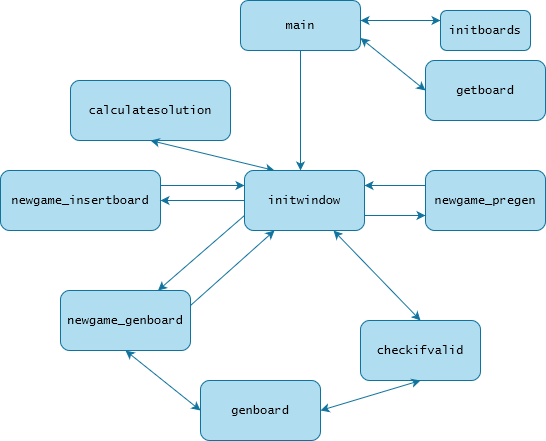
This is notes and sketches/documentation/slitherlink.drawio.png from odbv/Slitherlink-Termtud, a draw.io export, as it was before one commit. Source tidied: cells renumbered, new cells last; positions are measured from the earlier drawing's top-left corner, leaving out a move shared by most shapes.
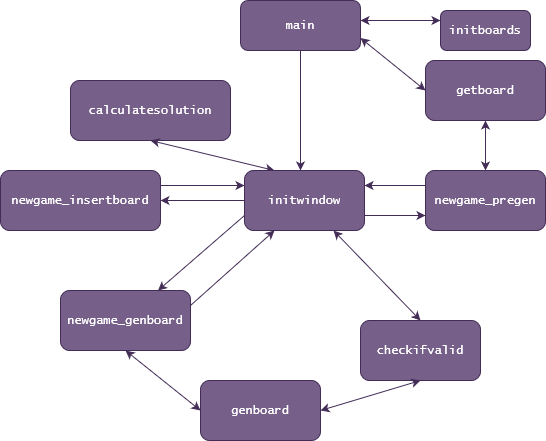
After the commit.

Diff of the diagram source:
```diff
@@ -2,84 +2,87 @@
   <root>
     <mxCell id="0" />
     <mxCell id="1" parent="0" />
-    <mxCell id="2" value="main" style="rounded=1;whiteSpace=wrap;html=1;fontSize=12;glass=0;strokeWidth=1;shadow=0;fillColor=#b1ddf0;strokeColor=#10739e;fontFamily=Lucida Console;" parent="1" vertex="1">
+    <mxCell id="2" value="main" style="rounded=1;whiteSpace=wrap;html=1;fontSize=12;glass=0;strokeWidth=1;shadow=0;fillColor=#76608a;strokeColor=#432D57;fontFamily=Lucida Console;fontColor=#ffffff;" parent="1" vertex="1">
       <mxGeometry x="240" width="120" height="50" as="geometry" />
     </mxCell>
-    <mxCell id="3" style="endArrow=classic;startArrow=classic;html=1;rounded=0;fillColor=#b1ddf0;strokeColor=#10739e;fontFamily=Lucida Console;" parent="1" edge="1">
+    <mxCell id="3" style="endArrow=classic;startArrow=classic;html=1;rounded=0;fillColor=#76608a;strokeColor=#432D57;fontFamily=Lucida Console;" parent="1" edge="1">
       <mxGeometry relative="1" as="geometry">
         <mxPoint x="360" y="20" as="sourcePoint" />
         <mxPoint x="440" y="20" as="targetPoint" />
       </mxGeometry>
     </mxCell>
-    <mxCell id="4" value="initboards" style="rounded=1;whiteSpace=wrap;html=1;fillColor=#b1ddf0;strokeColor=#10739e;fontFamily=Lucida Console;" parent="1" vertex="1">
+    <mxCell id="4" value="initboards" style="rounded=1;whiteSpace=wrap;html=1;fillColor=#76608a;strokeColor=#432D57;fontFamily=Lucida Console;fontColor=#ffffff;" parent="1" vertex="1">
       <mxGeometry x="440" y="10" width="90" height="40" as="geometry" />
     </mxCell>
-    <mxCell id="5" style="endArrow=classic;startArrow=classic;html=1;rounded=0;exitX=1;exitY=0.75;exitDx=0;exitDy=0;entryX=0;entryY=0.5;entryDx=0;entryDy=0;fillColor=#b1ddf0;strokeColor=#10739e;fontFamily=Lucida Console;" parent="1" edge="1" source="2" target="6">
+    <mxCell id="5" style="endArrow=classic;startArrow=classic;html=1;rounded=0;exitX=1;exitY=0.75;exitDx=0;exitDy=0;entryX=0;entryY=0.5;entryDx=0;entryDy=0;fillColor=#76608a;strokeColor=#432D57;fontFamily=Lucida Console;" parent="1" edge="1" source="2" target="6">
       <mxGeometry relative="1" as="geometry" />
     </mxCell>
-    <mxCell id="6" value="getboard" style="rounded=1;whiteSpace=wrap;html=1;fillColor=#b1ddf0;strokeColor=#10739e;fontFamily=Lucida Console;" parent="1" vertex="1">
+    <mxCell id="6" value="getboard" style="rounded=1;whiteSpace=wrap;html=1;fillColor=#76608a;strokeColor=#432D57;fontFamily=Lucida Console;fontColor=#ffffff;" parent="1" vertex="1">
       <mxGeometry x="425" y="60" width="120" height="60" as="geometry" />
     </mxCell>
-    <mxCell id="7" style="endArrow=classic;html=1;rounded=0;exitX=0.5;exitY=1;exitDx=0;exitDy=0;fillColor=#b1ddf0;strokeColor=#10739e;fontFamily=Lucida Console;" parent="1" edge="1" source="2">
+    <mxCell id="7" style="endArrow=classic;html=1;rounded=0;exitX=0.5;exitY=1;exitDx=0;exitDy=0;fillColor=#76608a;strokeColor=#432D57;fontFamily=Lucida Console;" parent="1" edge="1" source="2">
       <mxGeometry relative="1" as="geometry">
         <mxPoint x="300" y="170" as="targetPoint" />
       </mxGeometry>
     </mxCell>
-    <mxCell id="8" style="endArrow=classic;startArrow=classic;html=1;rounded=0;exitX=0.5;exitY=0;exitDx=0;exitDy=0;fillColor=#b1ddf0;strokeColor=#10739e;fontFamily=Lucida Console;" parent="1" edge="1" source="25">
+    <mxCell id="8" style="endArrow=classic;startArrow=classic;html=1;rounded=0;exitX=0.5;exitY=0;exitDx=0;exitDy=0;fillColor=#76608a;strokeColor=#432D57;fontFamily=Lucida Console;" parent="1" edge="1" source="25">
       <mxGeometry relative="1" as="geometry">
         <mxPoint x="299" y="230" as="targetPoint" />
       </mxGeometry>
     </mxCell>
-    <mxCell id="9" value="checkifvalid" style="rounded=1;whiteSpace=wrap;html=1;fillColor=#b1ddf0;strokeColor=#10739e;fontFamily=Lucida Console;" parent="1" vertex="1">
+    <mxCell id="9" value="checkifvalid" style="rounded=1;whiteSpace=wrap;html=1;fillColor=#76608a;strokeColor=#432D57;fontFamily=Lucida Console;fontColor=#ffffff;" parent="1" vertex="1">
       <mxGeometry x="360" y="320" width="120" height="60" as="geometry" />
     </mxCell>
-    <mxCell id="10" value="newgame_pregen" style="rounded=1;whiteSpace=wrap;html=1;fillColor=#b1ddf0;strokeColor=#10739e;fontFamily=Lucida Console;" parent="1" vertex="1">
+    <mxCell id="10" value="newgame_pregen" style="rounded=1;whiteSpace=wrap;html=1;fillColor=#76608a;strokeColor=#432D57;fontFamily=Lucida Console;fontColor=#ffffff;" parent="1" vertex="1">
       <mxGeometry x="425" y="170" width="120" height="60" as="geometry" />
     </mxCell>
-    <mxCell id="11" value="newgame_insertboard" style="rounded=1;whiteSpace=wrap;html=1;fillColor=#b1ddf0;strokeColor=#10739e;fontFamily=Lucida Console;" parent="1" vertex="1">
+    <mxCell id="11" value="newgame_insertboard" style="rounded=1;whiteSpace=wrap;html=1;fillColor=#76608a;strokeColor=#432D57;fontFamily=Lucida Console;fontColor=#ffffff;" parent="1" vertex="1">
       <mxGeometry y="170" width="160" height="60" as="geometry" />
     </mxCell>
-    <mxCell id="12" value="newgame_genboard" style="rounded=1;whiteSpace=wrap;html=1;fillColor=#b1ddf0;strokeColor=#10739e;fontFamily=Lucida Console;" parent="1" vertex="1">
+    <mxCell id="12" value="newgame_genboard" style="rounded=1;whiteSpace=wrap;html=1;fillColor=#76608a;strokeColor=#432D57;fontFamily=Lucida Console;fontColor=#ffffff;" parent="1" vertex="1">
       <mxGeometry x="60" y="290" width="130" height="60" as="geometry" />
     </mxCell>
-    <mxCell id="13" value="genboard" style="rounded=1;whiteSpace=wrap;html=1;fillColor=#b1ddf0;strokeColor=#10739e;fontFamily=Lucida Console;" parent="1" vertex="1">
+    <mxCell id="13" value="genboard" style="rounded=1;whiteSpace=wrap;html=1;fillColor=#76608a;strokeColor=#432D57;fontFamily=Lucida Console;fontColor=#ffffff;" parent="1" vertex="1">
       <mxGeometry x="200" y="380" width="120" height="60" as="geometry" />
     </mxCell>
-    <mxCell id="14" value="calculatesolution" style="rounded=1;whiteSpace=wrap;html=1;fillColor=#b1ddf0;strokeColor=#10739e;fontFamily=Lucida Console;" parent="1" vertex="1">
+    <mxCell id="14" value="calculatesolution" style="rounded=1;whiteSpace=wrap;html=1;fillColor=#76608a;strokeColor=#432D57;fontFamily=Lucida Console;fontColor=#ffffff;" parent="1" vertex="1">
       <mxGeometry x="70" y="80" width="160" height="60" as="geometry" />
     </mxCell>
-    <mxCell id="15" style="endArrow=classic;startArrow=classic;html=1;rounded=0;entryX=0.5;entryY=1;entryDx=0;entryDy=0;fillColor=#b1ddf0;strokeColor=#10739e;exitX=1;exitY=0.5;exitDx=0;exitDy=0;fontFamily=Lucida Console;" parent="1" edge="1" source="13" target="9">
+    <mxCell id="15" style="endArrow=classic;startArrow=classic;html=1;rounded=0;entryX=0.5;entryY=1;entryDx=0;entryDy=0;fillColor=#76608a;strokeColor=#432D57;exitX=1;exitY=0.5;exitDx=0;exitDy=0;fontFamily=Lucida Console;" parent="1" edge="1" source="13" target="9">
       <mxGeometry relative="1" as="geometry" />
     </mxCell>
-    <mxCell id="16" style="endArrow=classic;startArrow=classic;html=1;rounded=0;exitX=0;exitY=0.5;exitDx=0;exitDy=0;entryX=0.5;entryY=1;entryDx=0;entryDy=0;fillColor=#b1ddf0;strokeColor=#10739e;fontFamily=Lucida Console;fontSize=11;" parent="1" edge="1" source="13" target="12">
+    <mxCell id="16" style="endArrow=classic;startArrow=classic;html=1;rounded=0;exitX=0;exitY=0.5;exitDx=0;exitDy=0;entryX=0.5;entryY=1;entryDx=0;entryDy=0;fillColor=#76608a;strokeColor=#432D57;fontFamily=Lucida Console;fontSize=11;" parent="1" edge="1" source="13" target="12">
       <mxGeometry relative="1" as="geometry" />
     </mxCell>
-    <mxCell id="17" style="endArrow=classic;html=1;rounded=0;entryX=0.25;entryY=1;entryDx=0;entryDy=0;exitX=1;exitY=0.25;exitDx=0;exitDy=0;fillColor=#b1ddf0;strokeColor=#10739e;fontFamily=Lucida Console;" parent="1" edge="1" source="12" target="25">
+    <mxCell id="17" style="endArrow=classic;html=1;rounded=0;entryX=0.25;entryY=1;entryDx=0;entryDy=0;exitX=1;exitY=0.25;exitDx=0;exitDy=0;fillColor=#76608a;strokeColor=#432D57;fontFamily=Lucida Console;" parent="1" edge="1" source="12" target="25">
       <mxGeometry relative="1" as="geometry" />
     </mxCell>
-    <mxCell id="18" style="endArrow=classic;html=1;rounded=0;exitX=0;exitY=0.75;exitDx=0;exitDy=0;entryX=0.75;entryY=0;entryDx=0;entryDy=0;fillColor=#b1ddf0;strokeColor=#10739e;fontFamily=Lucida Console;" parent="1" edge="1" source="25" target="12">
+    <mxCell id="18" style="endArrow=classic;html=1;rounded=0;exitX=0;exitY=0.75;exitDx=0;exitDy=0;entryX=0.75;entryY=0;entryDx=0;entryDy=0;fillColor=#76608a;strokeColor=#432D57;fontFamily=Lucida Console;" parent="1" edge="1" source="25" target="12">
       <mxGeometry relative="1" as="geometry" />
     </mxCell>
-    <mxCell id="19" style="endArrow=classic;startArrow=classic;html=1;rounded=0;entryX=0.25;entryY=0;entryDx=0;entryDy=0;fillColor=#b1ddf0;strokeColor=#10739e;exitX=0.5;exitY=1;exitDx=0;exitDy=0;fontFamily=Lucida Console;" parent="1" edge="1" source="14" target="25">
+    <mxCell id="19" style="endArrow=classic;startArrow=classic;html=1;rounded=0;entryX=0.25;entryY=0;entryDx=0;entryDy=0;fillColor=#76608a;strokeColor=#432D57;exitX=0.5;exitY=1;exitDx=0;exitDy=0;fontFamily=Lucida Console;" parent="1" edge="1" source="14" target="25">
       <mxGeometry relative="1" as="geometry" />
     </mxCell>
-    <mxCell id="20" style="endArrow=classic;html=1;rounded=0;entryX=0;entryY=0.75;entryDx=0;entryDy=0;exitX=1;exitY=0.75;exitDx=0;exitDy=0;fillColor=#b1ddf0;strokeColor=#10739e;fontFamily=Lucida Console;" parent="1" edge="1" source="25" target="10">
+    <mxCell id="20" style="endArrow=classic;html=1;rounded=0;entryX=0;entryY=0.75;entryDx=0;entryDy=0;exitX=1;exitY=0.75;exitDx=0;exitDy=0;fillColor=#76608a;strokeColor=#432D57;fontFamily=Lucida Console;" parent="1" edge="1" source="25" target="10">
       <mxGeometry relative="1" as="geometry" />
     </mxCell>
-    <mxCell id="21" style="endArrow=classic;html=1;rounded=0;exitX=0;exitY=0.25;exitDx=0;exitDy=0;entryX=1;entryY=0.25;entryDx=0;entryDy=0;fillColor=#b1ddf0;strokeColor=#10739e;fontFamily=Lucida Console;" parent="1" edge="1" source="10" target="25">
+    <mxCell id="21" style="endArrow=classic;html=1;rounded=0;exitX=0;exitY=0.25;exitDx=0;exitDy=0;entryX=1;entryY=0.25;entryDx=0;entryDy=0;fillColor=#76608a;strokeColor=#432D57;fontFamily=Lucida Console;" parent="1" edge="1" source="10" target="25">
       <mxGeometry relative="1" as="geometry" />
     </mxCell>
-    <mxCell id="22" style="endArrow=classic;html=1;rounded=0;entryX=1;entryY=0.5;entryDx=0;entryDy=0;fillColor=#b1ddf0;strokeColor=#10739e;exitX=0;exitY=0.5;exitDx=0;exitDy=0;fontFamily=Lucida Console;" parent="1" edge="1" source="25" target="11">
+    <mxCell id="22" style="endArrow=classic;html=1;rounded=0;entryX=1;entryY=0.5;entryDx=0;entryDy=0;fillColor=#76608a;strokeColor=#432D57;exitX=0;exitY=0.5;exitDx=0;exitDy=0;fontFamily=Lucida Console;" parent="1" edge="1" source="25" target="11">
       <mxGeometry relative="1" as="geometry" />
     </mxCell>
-    <mxCell id="23" style="endArrow=classic;html=1;rounded=0;entryX=0;entryY=0.25;entryDx=0;entryDy=0;fillColor=#b1ddf0;strokeColor=#10739e;exitX=1;exitY=0.25;exitDx=0;exitDy=0;fontFamily=Lucida Console;" parent="1" edge="1" source="11" target="25">
+    <mxCell id="23" style="endArrow=classic;html=1;rounded=0;entryX=0;entryY=0.25;entryDx=0;entryDy=0;fillColor=#76608a;strokeColor=#432D57;exitX=1;exitY=0.25;exitDx=0;exitDy=0;fontFamily=Lucida Console;" parent="1" edge="1" source="11" target="25">
       <mxGeometry relative="1" as="geometry" />
     </mxCell>
-    <mxCell id="24" style="endArrow=classic;startArrow=classic;html=1;rounded=0;exitX=0.5;exitY=0;exitDx=0;exitDy=0;fillColor=#b1ddf0;strokeColor=#10739e;fontFamily=Lucida Console;" parent="1" edge="1" source="9" target="25">
+    <mxCell id="24" style="endArrow=classic;startArrow=classic;html=1;rounded=0;exitX=0.5;exitY=0;exitDx=0;exitDy=0;fillColor=#76608a;strokeColor=#432D57;fontFamily=Lucida Console;" parent="1" edge="1" source="9" target="25">
       <mxGeometry relative="1" as="geometry" />
     </mxCell>
-    <mxCell id="25" value="initwindow" style="rounded=1;whiteSpace=wrap;html=1;fillColor=#b1ddf0;strokeColor=#10739e;fontFamily=Lucida Console;" parent="1" vertex="1">
+    <mxCell id="25" value="initwindow" style="rounded=1;whiteSpace=wrap;html=1;fillColor=#76608a;strokeColor=#432D57;fontFamily=Lucida Console;fontColor=#ffffff;" parent="1" vertex="1">
       <mxGeometry x="244" y="170" width="120" height="60" as="geometry" />
     </mxCell>
+    <mxCell id="26" style="endArrow=classic;startArrow=classic;html=1;rounded=0;entryX=0.5;entryY=1;entryDx=0;entryDy=0;exitX=0.5;exitY=0;exitDx=0;exitDy=0;strokeColor=light-dark(#432d57, #ededed);" parent="1" edge="1" source="10" target="6">
+      <mxGeometry relative="1" as="geometry" />
+    </mxCell>
   </root>
 </mxGraphModel>
```
